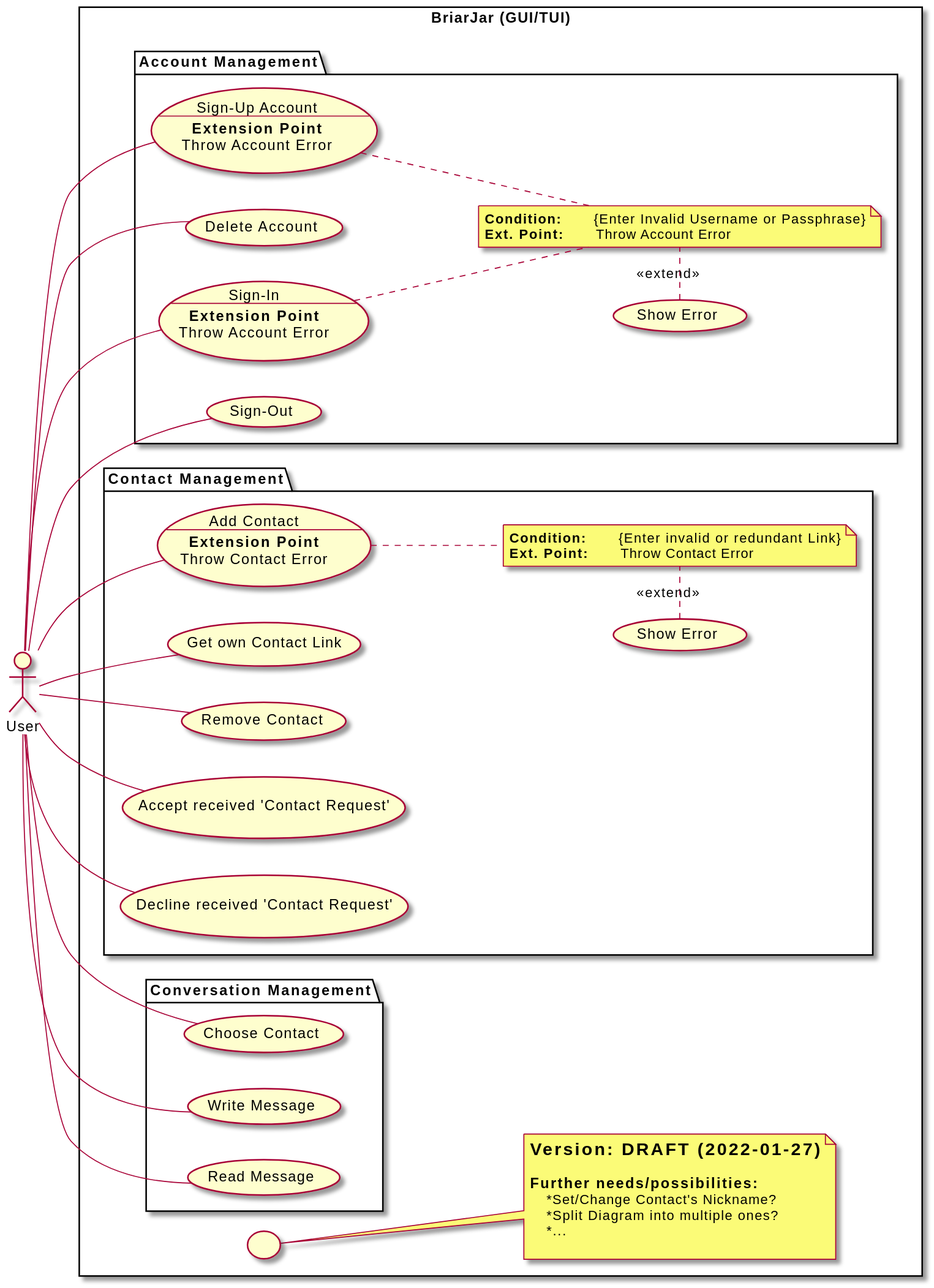
This is uml-diagrams/use-case_diagram/briarjar_use-case_diagram_DRAFT.svg from lvyitian/briarjar, a PlantUML export, as it was before one commit. Source of this version:
```plantuml
@startuml
    actor User AS user

rectangle "BriarJar (GUI/TUI)" {
left to right direction

    package "Account Management" {

        usecase ca AS "Sign-Up Account
                --
                **Extension Point**
                Throw Account Error"
        usecase da AS "Delete Account"
        usecase si AS "Sign-In
                --
                **Extension Point**
                Throw Account Error"
        usecase so AS "Sign-Out"

        user -- ca
        user -- da
        user -- si
        user -- so

        usecase acc_mgmt_err AS "Show Error"

        note "**Condition:**\t{Enter Invalid Username or Passphrase}\n**Ext. Point:**\tThrow Account Error"         as note_acc_mgmt_err

        ca .. note_acc_mgmt_err
        si .. note_acc_mgmt_err
        note_acc_mgmt_err .left. acc_mgmt_err : <<extend>>
    }



    package "Contact Management" {

        usecase add AS "Add Contact
                --
                **Extension Point**
                Throw Contact Error"
        usecase get AS "Get own Contact Link"
        usecase rem AS "Remove Contact"
        usecase accept AS "Accept received 'Contact Request'"
        usecase decline AS "Decline received 'Contact Request'"

        user -- add
        user -- get
        user -- rem
        user -- accept
        user -- decline

        usecase contact_err AS "Show Error"

        note "**Condition:**\t{Enter invalid or redundant Link}\n**Ext. Point:**\tThrow Contact Error"         as note_contact_err

        add .. note_contact_err
        note_contact_err .left. contact_err : <<extend>>
    }



    package "Conversation Management" {
        usecase choosec AS "Choose Contact"
        usecase writemsg AS "Write Message"
        usecase readmsg AS "Read Message"

        user -- choosec
        user -- writemsg
        user -- readmsg
    }



 note "=Version: DRAFT (2022-01-27)\n\n===Further needs/possibilities:\n    *Set/Change Contact's Nickname?\n    *Split Diagram into multiple ones?\n    *...\n" as intro
( ) .down. intro


}

@enduml
```
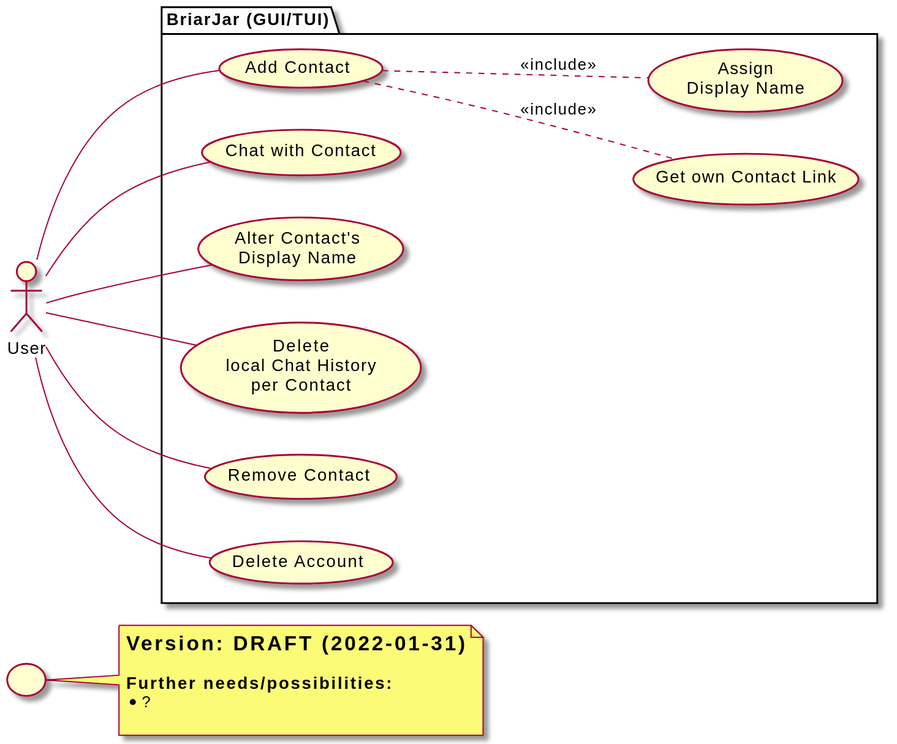
Later version of the same file.

Commit message:
Add new use-case diagram

Change to the diagram source:
```diff
@@ -1,81 +1,34 @@
 @startuml
-    actor User AS user
 
-rectangle "BriarJar (GUI/TUI)" {
-left to right direction
-
-    package "Account Management" {
-
-        usecase ca AS "Sign-Up Account
-                --
-                **Extension Point**
-                Throw Account Error"
-        usecase da AS "Delete Account"
-        usecase si AS "Sign-In
-                --
-                **Extension Point**
-                Throw Account Error"
-        usecase so AS "Sign-Out"
-
-        user -- ca
-        user -- da
-        user -- si
-        user -- so
-
-        usecase acc_mgmt_err AS "Show Error"
-
-        note "**Condition:**\t{Enter Invalid Username or Passphrase}\n**Ext. Point:**\tThrow Account Error"         as note_acc_mgmt_err
-
-        ca .. note_acc_mgmt_err
-        si .. note_acc_mgmt_err
-        note_acc_mgmt_err .left. acc_mgmt_err : <<extend>>
-    }
+note "=Version: DRAFT (2022-01-31)\n\n===Further needs/possibilities:\n*?\n" as version
+( ) .down. version
 
 
 
-    package "Contact Management" {
+    actor User AS user
 
-        usecase add AS "Add Contact
-                --
-                **Extension Point**
-                Throw Contact Error"
-        usecase get AS "Get own Contact Link"
-        usecase rem AS "Remove Contact"
-        usecase accept AS "Accept received 'Contact Request'"
-        usecase decline AS "Decline received 'Contact Request'"
+package "BriarJar (GUI/TUI)" {
+left to right direction
 
-        user -- add
-        user -- get
-        user -- rem
-        user -- accept
-        user -- decline
+        usecase ac AS "Add Contact"
+        usecase cwc AS "Chat with Contact"
+        usecase acdn AS "Alter Contact's\nDisplay Name"
+        usecase dlchpc AS "Delete\nlocal Chat History\nper Contact"
+        usecase rc AS "Remove Contact"
+        usecase da AS "Delete Account"
 
-        usecase contact_err AS "Show Error"
+        usecase gocl AS "Get own Contact Link"
+        usecase an AS "Assign\nDisplay Name"
 
-        note "**Condition:**\t{Enter invalid or redundant Link}\n**Ext. Point:**\tThrow Contact Error"         as note_contact_err
+        user -- ac
+        user -- cwc
+        user -- acdn
+        user -- dlchpc
+        user -- rc
+        user -- da
 
-        add .. note_contact_err
-        note_contact_err .left. contact_err : <<extend>>
-    }
-
-
-
-    package "Conversation Management" {
-        usecase choosec AS "Choose Contact"
-        usecase writemsg AS "Write Message"
-        usecase readmsg AS "Read Message"
-
-        user -- choosec
-        user -- writemsg
-        user -- readmsg
-    }
-
-
-
- note "=Version: DRAFT (2022-01-27)\n\n===Further needs/possibilities:\n    *Set/Change Contact's Nickname?\n    *Split Diagram into multiple ones?\n    *...\n" as intro
-( ) .down. intro
-
-
+        ac .. gocl : <<include>>
+        ac .. an : <<include>>
 }
 
 @enduml
```
